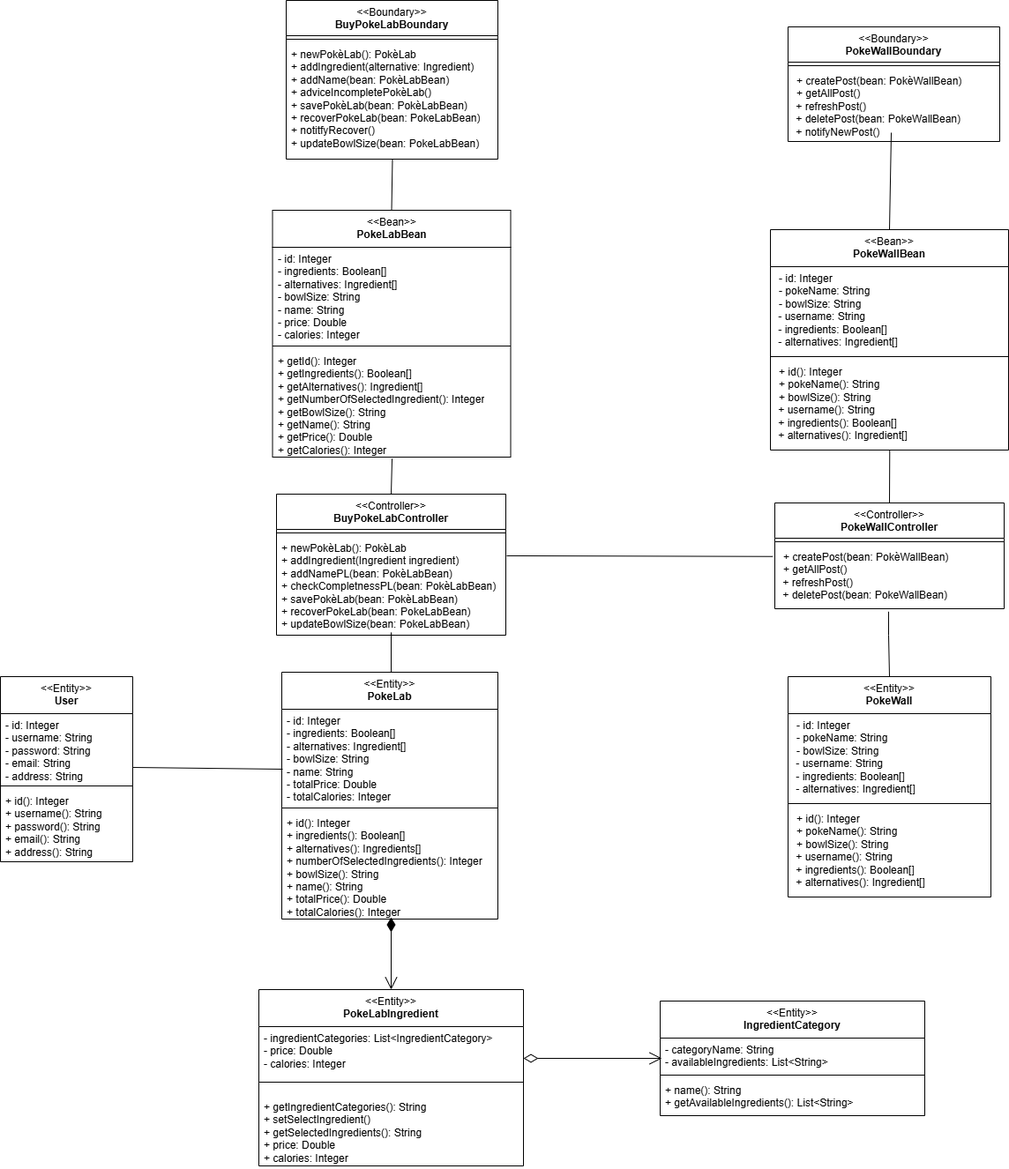
Earlier version of the draw.io export diagrams/BCE.drawio.png (matteopinfildi/YourPoke-ISPWProject). Source tidied: cells renumbered, new cells last; positions are measured from the earlier drawing's top-left corner, leaving out a move shared by most shapes.
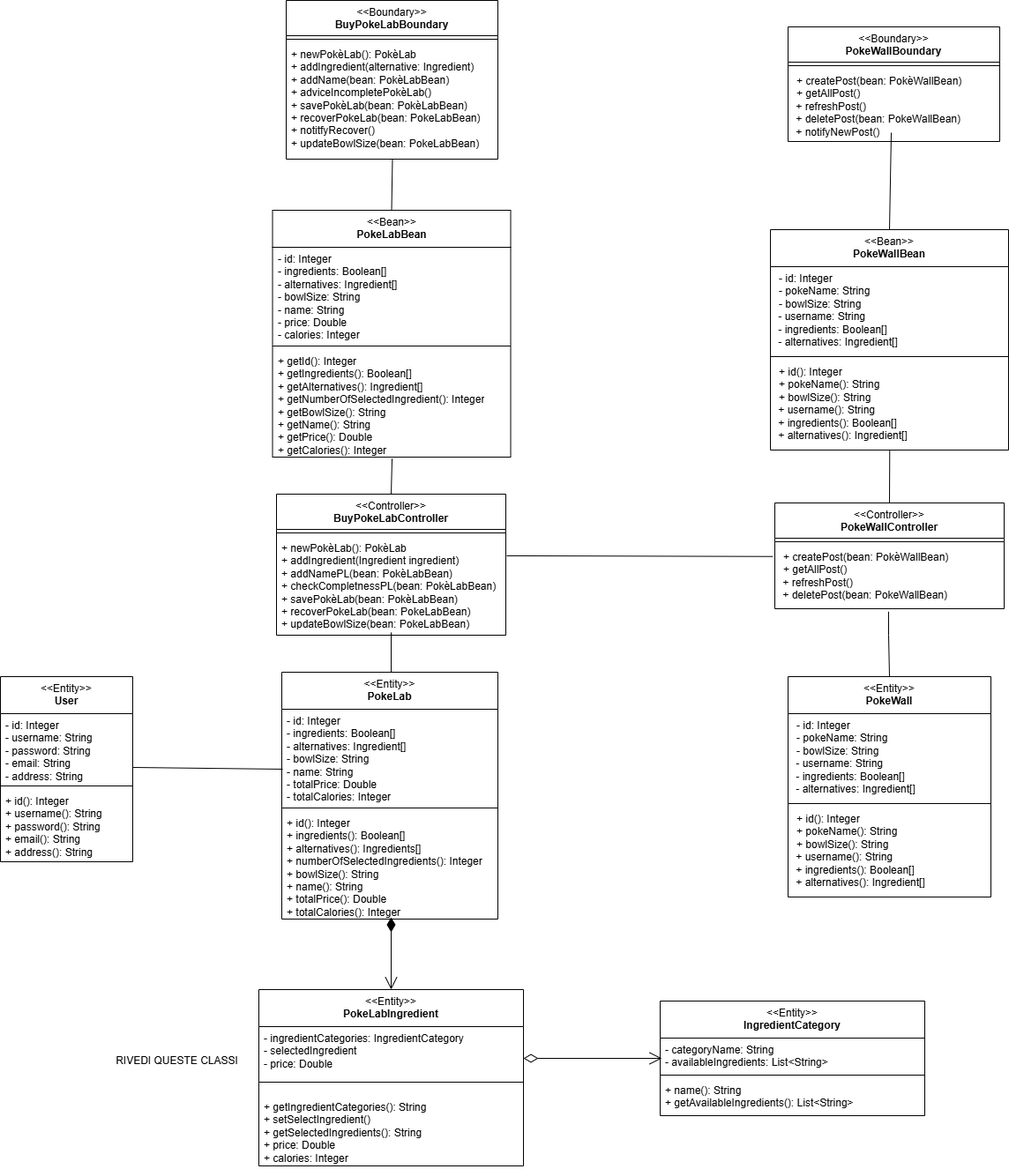
The same file after the commit.

What changed in the source:
```diff
@@ -113,7 +113,7 @@
     <mxCell id="34" value="&lt;div&gt;&lt;span style=&quot;font-weight: 400;&quot;&gt;&amp;lt;&amp;lt;Entity&amp;gt;&amp;gt;&lt;/span&gt;&lt;br&gt;&lt;/div&gt;PokeLabIngredient" style="swimlane;fontStyle=1;align=center;verticalAlign=top;horizontal=1;startSize=42;whiteSpace=wrap;html=1;" parent="1" vertex="1">
       <mxGeometry x="293" y="1122" width="300" height="200" as="geometry" />
     </mxCell>
-    <mxCell id="35" value="- ingredientCategories: List&amp;lt;IngredientCategory&amp;gt;&lt;div&gt;- price: Double&lt;/div&gt;&lt;div&gt;- calories: Integer&lt;/div&gt;" style="text;strokeColor=none;fillColor=none;align=left;verticalAlign=top;spacingLeft=4;spacingRight=4;overflow=hidden;whiteSpace=wrap;html=1;" parent="34" vertex="1">
+    <mxCell id="35" value="- ingredientCategories: IngredientCategory&lt;div&gt;- selectedIngredient&lt;br&gt;&lt;div&gt;- price: Double&lt;/div&gt;&lt;div&gt;- calories: Integer&lt;/div&gt;&lt;/div&gt;" style="text;strokeColor=none;fillColor=none;align=left;verticalAlign=top;spacingLeft=4;spacingRight=4;overflow=hidden;whiteSpace=wrap;html=1;" parent="34" vertex="1">
       <mxGeometry y="42" width="300" height="48" as="geometry" />
     </mxCell>
     <mxCell id="36" style="line;strokeWidth=1;fillColor=none;align=left;verticalAlign=middle;spacingTop=-1;spacingLeft=3;spacingRight=3;labelPosition=right;strokeColor=inherit;" parent="34" vertex="1">
@@ -169,5 +169,8 @@
         <mxPoint x="750" y="1200" as="targetPoint" />
       </mxGeometry>
     </mxCell>
+    <mxCell id="52" value="RIVEDI QUESTE CLASSI" style="text;html=1;align=center;verticalAlign=middle;strokeColor=none;fillColor=none;" parent="1" vertex="1">
+      <mxGeometry x="120" y="1188" width="160" height="30" as="geometry" />
+    </mxCell>
   </root>
 </mxGraphModel>
```
